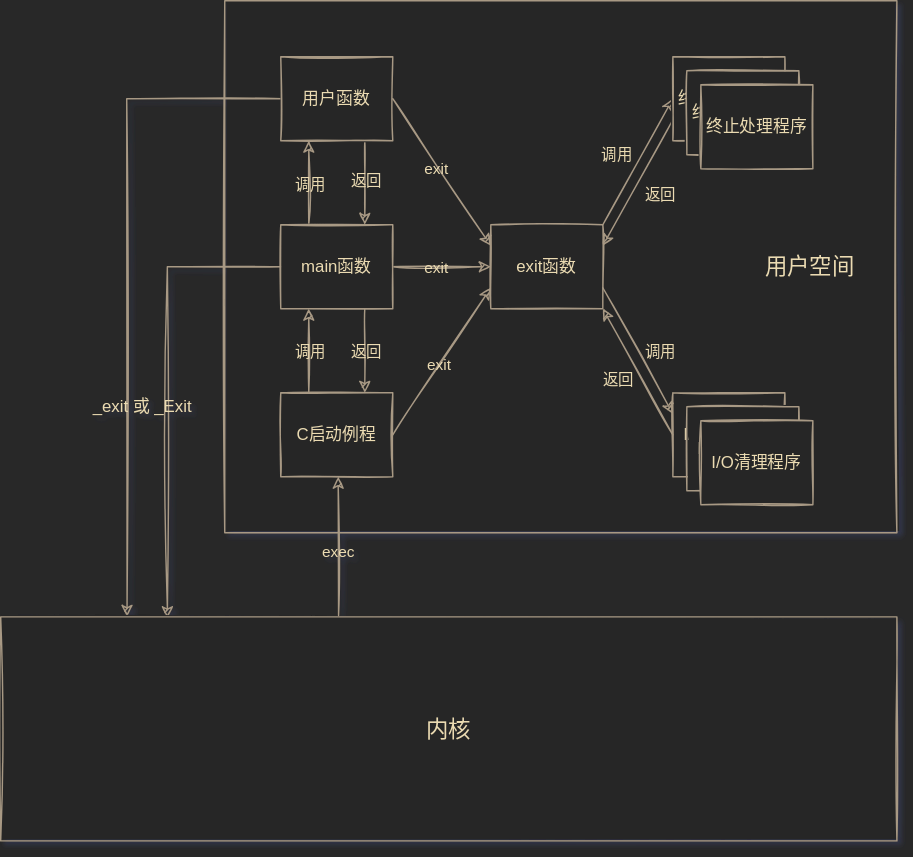
The draw.io diagram running-process-of-morden-c-program.drawio.svg in oliverdding/images, before a commit. Source tidied: cells renumbered, new cells last; positions are measured from the earlier drawing's top-left corner, leaving out a move shared by most shapes.
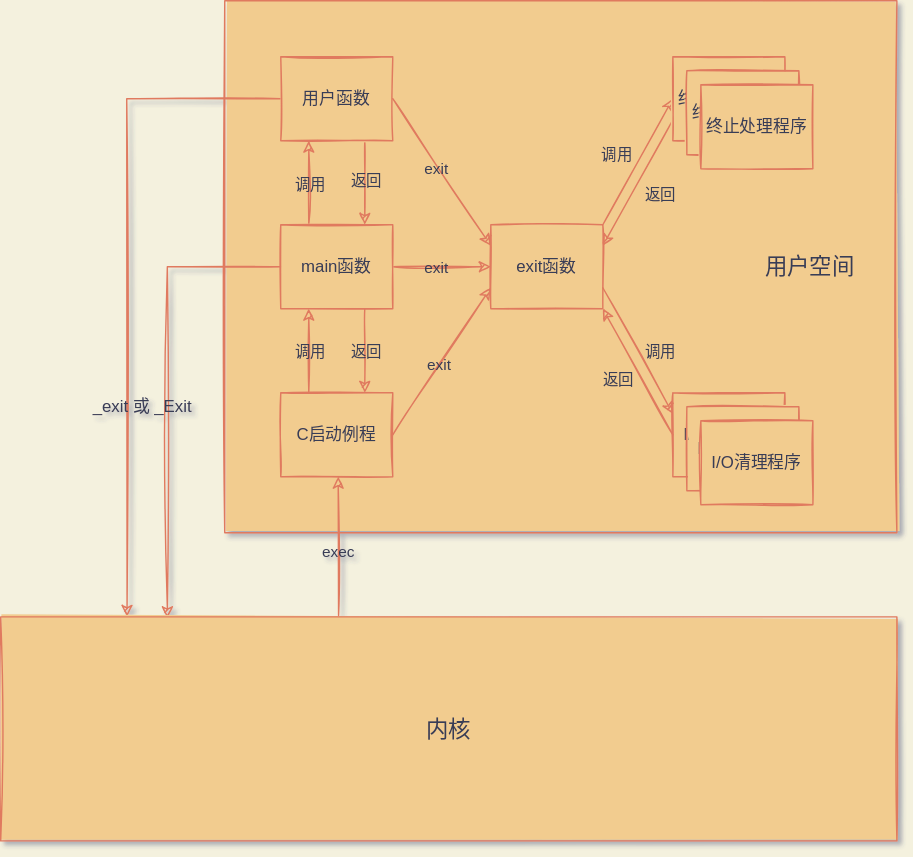
After the commit.

Change to the diagram source:
```diff
@@ -1,155 +1,155 @@
-<mxGraphModel background="#282828" shadow="1">
+<mxGraphModel background="#F4F1DE" shadow="1">
   <root>
     <mxCell id="0" />
     <mxCell id="1" parent="0" />
-    <mxCell id="2" style="rounded=0;whiteSpace=wrap;html=1;sketch=1;fillColor=#282828;fillStyle=solid;strokeColor=#A89984;fontColor=#EBDBB2;" parent="1" vertex="1">
+    <mxCell id="2" style="rounded=0;whiteSpace=wrap;html=1;sketch=1;fillColor=#F2CC8F;fillStyle=solid;strokeColor=#E07A5F;fontColor=#393C56;" parent="1" vertex="1">
       <mxGeometry x="160" width="480" height="380" as="geometry" />
     </mxCell>
-    <mxCell id="3" style="edgeStyle=none;html=1;exitX=0.75;exitY=1;exitDx=0;exitDy=0;entryX=0.75;entryY=0;entryDx=0;entryDy=0;fontColor=#EBDBB2;sketch=1;strokeColor=#A89984;" parent="1" edge="1" source="8" target="17">
+    <mxCell id="3" style="edgeStyle=none;html=1;exitX=0.75;exitY=1;exitDx=0;exitDy=0;entryX=0.75;entryY=0;entryDx=0;entryDy=0;fontColor=#393C56;sketch=1;strokeColor=#E07A5F;labelBackgroundColor=#F4F1DE;" parent="1" edge="1" source="8" target="17">
       <mxGeometry relative="1" as="geometry" />
     </mxCell>
-    <mxCell id="4" value="返回" style="edgeLabel;html=1;align=center;verticalAlign=middle;fontColor=#EBDBB2;sketch=1;labelBackgroundColor=none;" parent="3" vertex="1">
+    <mxCell id="4" value="返回" style="edgeLabel;html=1;align=center;verticalAlign=middle;fontColor=#393C56;sketch=1;labelBackgroundColor=none;" parent="3" vertex="1">
       <mxGeometry x="-0.07" y="1" relative="1" as="geometry">
         <mxPoint x="-1" as="offset" />
       </mxGeometry>
     </mxCell>
-    <mxCell id="5" style="edgeStyle=none;html=1;exitX=1;exitY=0.5;exitDx=0;exitDy=0;entryX=0;entryY=0.25;entryDx=0;entryDy=0;fontColor=#EBDBB2;sketch=1;strokeColor=#A89984;" parent="1" edge="1" source="8" target="26">
+    <mxCell id="5" style="edgeStyle=none;html=1;exitX=1;exitY=0.5;exitDx=0;exitDy=0;entryX=0;entryY=0.25;entryDx=0;entryDy=0;fontColor=#393C56;sketch=1;strokeColor=#E07A5F;labelBackgroundColor=#F4F1DE;" parent="1" edge="1" source="8" target="26">
       <mxGeometry relative="1" as="geometry" />
     </mxCell>
-    <mxCell id="6" value="exit" style="edgeLabel;html=1;align=center;verticalAlign=middle;fontColor=#EBDBB2;sketch=1;labelBackgroundColor=none;" parent="5" vertex="1">
+    <mxCell id="6" value="exit" style="edgeLabel;html=1;align=center;verticalAlign=middle;fontColor=#393C56;sketch=1;labelBackgroundColor=none;" parent="5" vertex="1">
       <mxGeometry x="-0.08" y="1" relative="1" as="geometry">
         <mxPoint x="-3" y="2" as="offset" />
       </mxGeometry>
     </mxCell>
-    <mxCell id="7" style="edgeStyle=none;html=1;exitX=0;exitY=0.5;exitDx=0;exitDy=0;entryX=0.141;entryY=0;entryDx=0;entryDy=0;entryPerimeter=0;rounded=0;fontColor=#EBDBB2;sketch=1;strokeColor=#A89984;" parent="1" edge="1" source="8" target="35">
+    <mxCell id="7" style="edgeStyle=none;html=1;exitX=0;exitY=0.5;exitDx=0;exitDy=0;entryX=0.141;entryY=0;entryDx=0;entryDy=0;entryPerimeter=0;rounded=0;fontColor=#393C56;sketch=1;strokeColor=#E07A5F;labelBackgroundColor=#F4F1DE;" parent="1" edge="1" source="8" target="35">
       <mxGeometry relative="1" as="geometry">
         <Array as="points">
           <mxPoint x="90" y="70" />
         </Array>
       </mxGeometry>
     </mxCell>
-    <mxCell id="8" value="用户函数" style="rounded=0;whiteSpace=wrap;html=1;sketch=1;fillColor=#282828;fillStyle=solid;strokeColor=#A89984;fontColor=#EBDBB2;" parent="1" vertex="1">
+    <mxCell id="8" value="用户函数" style="rounded=0;whiteSpace=wrap;html=1;sketch=1;fillColor=#F2CC8F;fillStyle=solid;strokeColor=#E07A5F;fontColor=#393C56;" parent="1" vertex="1">
       <mxGeometry x="200" y="40" width="80" height="60" as="geometry" />
     </mxCell>
-    <mxCell id="9" style="edgeStyle=none;html=1;exitX=0.75;exitY=1;exitDx=0;exitDy=0;entryX=0.75;entryY=0;entryDx=0;entryDy=0;fontColor=#EBDBB2;sketch=1;strokeColor=#A89984;" parent="1" edge="1" source="17" target="22">
+    <mxCell id="9" style="edgeStyle=none;html=1;exitX=0.75;exitY=1;exitDx=0;exitDy=0;entryX=0.75;entryY=0;entryDx=0;entryDy=0;fontColor=#393C56;sketch=1;strokeColor=#E07A5F;labelBackgroundColor=#F4F1DE;" parent="1" edge="1" source="17" target="22">
       <mxGeometry relative="1" as="geometry" />
     </mxCell>
-    <mxCell id="10" value="返回" style="edgeLabel;html=1;align=center;verticalAlign=middle;fontColor=#EBDBB2;sketch=1;labelBackgroundColor=none;" parent="9" vertex="1">
+    <mxCell id="10" value="返回" style="edgeLabel;html=1;align=center;verticalAlign=middle;fontColor=#393C56;sketch=1;labelBackgroundColor=none;" parent="9" vertex="1">
       <mxGeometry x="0.1" y="1" relative="1" as="geometry">
         <mxPoint x="-1" y="-3" as="offset" />
       </mxGeometry>
     </mxCell>
-    <mxCell id="11" style="edgeStyle=none;html=1;exitX=0.25;exitY=0;exitDx=0;exitDy=0;entryX=0.25;entryY=1;entryDx=0;entryDy=0;fontColor=#EBDBB2;sketch=1;strokeColor=#A89984;" parent="1" edge="1" source="17" target="8">
+    <mxCell id="11" style="edgeStyle=none;html=1;exitX=0.25;exitY=0;exitDx=0;exitDy=0;entryX=0.25;entryY=1;entryDx=0;entryDy=0;fontColor=#393C56;sketch=1;strokeColor=#E07A5F;labelBackgroundColor=#F4F1DE;" parent="1" edge="1" source="17" target="8">
       <mxGeometry relative="1" as="geometry" />
     </mxCell>
-    <mxCell id="12" value="调用" style="edgeLabel;html=1;align=center;verticalAlign=middle;fontColor=#EBDBB2;sketch=1;labelBackgroundColor=none;" parent="11" vertex="1">
+    <mxCell id="12" value="调用" style="edgeLabel;html=1;align=center;verticalAlign=middle;fontColor=#393C56;sketch=1;labelBackgroundColor=none;" parent="11" vertex="1">
       <mxGeometry x="-0.03" y="-1" relative="1" as="geometry">
         <mxPoint x="-1" as="offset" />
       </mxGeometry>
     </mxCell>
-    <mxCell id="13" style="edgeStyle=none;html=1;exitX=1;exitY=0.5;exitDx=0;exitDy=0;entryX=0;entryY=0.5;entryDx=0;entryDy=0;fontColor=#EBDBB2;sketch=1;strokeColor=#A89984;" parent="1" edge="1" source="17" target="26">
+    <mxCell id="13" style="edgeStyle=none;html=1;exitX=1;exitY=0.5;exitDx=0;exitDy=0;entryX=0;entryY=0.5;entryDx=0;entryDy=0;fontColor=#393C56;sketch=1;strokeColor=#E07A5F;labelBackgroundColor=#F4F1DE;" parent="1" edge="1" source="17" target="26">
       <mxGeometry relative="1" as="geometry" />
     </mxCell>
-    <mxCell id="14" value="exit" style="edgeLabel;html=1;align=center;verticalAlign=middle;fontColor=#EBDBB2;sketch=1;labelBackgroundColor=none;" parent="13" vertex="1">
+    <mxCell id="14" value="exit" style="edgeLabel;html=1;align=center;verticalAlign=middle;fontColor=#393C56;sketch=1;labelBackgroundColor=none;" parent="13" vertex="1">
       <mxGeometry x="-0.14" y="-1" relative="1" as="geometry">
         <mxPoint y="-1" as="offset" />
       </mxGeometry>
     </mxCell>
-    <mxCell id="15" style="edgeStyle=none;rounded=0;html=1;exitX=0;exitY=0.5;exitDx=0;exitDy=0;entryX=0.186;entryY=0.006;entryDx=0;entryDy=0;entryPerimeter=0;fontColor=#EBDBB2;sketch=1;strokeColor=#A89984;" parent="1" edge="1" source="17" target="35">
+    <mxCell id="15" style="edgeStyle=none;rounded=0;html=1;exitX=0;exitY=0.5;exitDx=0;exitDy=0;entryX=0.186;entryY=0.006;entryDx=0;entryDy=0;entryPerimeter=0;fontColor=#393C56;sketch=1;strokeColor=#E07A5F;labelBackgroundColor=#F4F1DE;" parent="1" edge="1" source="17" target="35">
       <mxGeometry relative="1" as="geometry">
         <Array as="points">
           <mxPoint x="119" y="190" />
         </Array>
       </mxGeometry>
     </mxCell>
-    <mxCell id="16" value="&lt;span style=&quot;font-size: 12px&quot;&gt;_exit 或 _Exit&lt;/span&gt;" style="edgeLabel;html=1;align=center;verticalAlign=middle;labelBackgroundColor=none;fontColor=#EBDBB2;sketch=1;" parent="15" vertex="1">
+    <mxCell id="16" value="&lt;span style=&quot;font-size: 12px&quot;&gt;_exit 或 _Exit&lt;/span&gt;" style="edgeLabel;html=1;align=center;verticalAlign=middle;labelBackgroundColor=none;fontColor=#393C56;sketch=1;" parent="15" vertex="1">
       <mxGeometry x="0.6" y="4" relative="1" as="geometry">
         <mxPoint x="-23" y="-84" as="offset" />
       </mxGeometry>
     </mxCell>
-    <mxCell id="17" value="main函数" style="rounded=0;whiteSpace=wrap;html=1;sketch=1;fillColor=#282828;fillStyle=solid;strokeColor=#A89984;fontColor=#EBDBB2;" parent="1" vertex="1">
+    <mxCell id="17" value="main函数" style="rounded=0;whiteSpace=wrap;html=1;sketch=1;fillColor=#F2CC8F;fillStyle=solid;strokeColor=#E07A5F;fontColor=#393C56;" parent="1" vertex="1">
       <mxGeometry x="200" y="160" width="80" height="60" as="geometry" />
     </mxCell>
-    <mxCell id="18" style="edgeStyle=none;html=1;exitX=0.25;exitY=0;exitDx=0;exitDy=0;entryX=0.25;entryY=1;entryDx=0;entryDy=0;fontColor=#EBDBB2;sketch=1;strokeColor=#A89984;" parent="1" edge="1" source="22" target="17">
+    <mxCell id="18" style="edgeStyle=none;html=1;exitX=0.25;exitY=0;exitDx=0;exitDy=0;entryX=0.25;entryY=1;entryDx=0;entryDy=0;fontColor=#393C56;sketch=1;strokeColor=#E07A5F;labelBackgroundColor=#F4F1DE;" parent="1" edge="1" source="22" target="17">
       <mxGeometry relative="1" as="geometry" />
     </mxCell>
-    <mxCell id="19" value="调用" style="edgeLabel;html=1;align=center;verticalAlign=middle;fontColor=#EBDBB2;sketch=1;labelBackgroundColor=none;" parent="18" vertex="1">
+    <mxCell id="19" value="调用" style="edgeLabel;html=1;align=center;verticalAlign=middle;fontColor=#393C56;sketch=1;labelBackgroundColor=none;" parent="18" vertex="1">
       <mxGeometry x="-0.13" y="-1" relative="1" as="geometry">
         <mxPoint x="-1" y="-4" as="offset" />
       </mxGeometry>
     </mxCell>
-    <mxCell id="20" style="edgeStyle=none;html=1;exitX=1;exitY=0.5;exitDx=0;exitDy=0;entryX=0;entryY=0.75;entryDx=0;entryDy=0;fontColor=#EBDBB2;sketch=1;strokeColor=#A89984;" parent="1" edge="1" source="22" target="26">
+    <mxCell id="20" style="edgeStyle=none;html=1;exitX=1;exitY=0.5;exitDx=0;exitDy=0;entryX=0;entryY=0.75;entryDx=0;entryDy=0;fontColor=#393C56;sketch=1;strokeColor=#E07A5F;labelBackgroundColor=#F4F1DE;" parent="1" edge="1" source="22" target="26">
       <mxGeometry relative="1" as="geometry" />
     </mxCell>
-    <mxCell id="21" value="exit" style="edgeLabel;html=1;align=center;verticalAlign=middle;fontColor=#EBDBB2;sketch=1;labelBackgroundColor=none;" parent="20" vertex="1">
+    <mxCell id="21" value="exit" style="edgeLabel;html=1;align=center;verticalAlign=middle;fontColor=#393C56;sketch=1;labelBackgroundColor=none;" parent="20" vertex="1">
       <mxGeometry x="-0.06" relative="1" as="geometry">
         <mxPoint y="-1" as="offset" />
       </mxGeometry>
     </mxCell>
-    <mxCell id="22" value="C启动例程" style="rounded=0;whiteSpace=wrap;html=1;sketch=1;fillColor=#282828;fillStyle=solid;strokeColor=#A89984;fontColor=#EBDBB2;" parent="1" vertex="1">
+    <mxCell id="22" value="C启动例程" style="rounded=0;whiteSpace=wrap;html=1;sketch=1;fillColor=#F2CC8F;fillStyle=solid;strokeColor=#E07A5F;fontColor=#393C56;" parent="1" vertex="1">
       <mxGeometry x="200" y="280" width="80" height="60" as="geometry" />
     </mxCell>
-    <mxCell id="23" style="edgeStyle=none;html=1;exitX=1;exitY=0;exitDx=0;exitDy=0;entryX=0;entryY=0.5;entryDx=0;entryDy=0;fontColor=#EBDBB2;sketch=1;strokeColor=#A89984;" parent="1" edge="1" source="26" target="28">
+    <mxCell id="23" style="edgeStyle=none;html=1;exitX=1;exitY=0;exitDx=0;exitDy=0;entryX=0;entryY=0.5;entryDx=0;entryDy=0;fontColor=#393C56;sketch=1;strokeColor=#E07A5F;labelBackgroundColor=#F4F1DE;" parent="1" edge="1" source="26" target="28">
       <mxGeometry relative="1" as="geometry" />
     </mxCell>
-    <mxCell id="24" value="调用" style="edgeLabel;html=1;align=center;verticalAlign=middle;fontColor=#EBDBB2;sketch=1;labelBackgroundColor=none;" parent="23" vertex="1">
+    <mxCell id="24" value="调用" style="edgeLabel;html=1;align=center;verticalAlign=middle;fontColor=#393C56;sketch=1;labelBackgroundColor=none;" parent="23" vertex="1">
       <mxGeometry x="-0.05" y="1" relative="1" as="geometry">
         <mxPoint x="-13" y="-7" as="offset" />
       </mxGeometry>
     </mxCell>
-    <mxCell id="25" style="edgeStyle=none;html=1;exitX=1;exitY=0.75;exitDx=0;exitDy=0;entryX=0;entryY=0.25;entryDx=0;entryDy=0;fontColor=#EBDBB2;sketch=1;strokeColor=#A89984;" parent="1" edge="1" source="26" target="32">
+    <mxCell id="25" style="edgeStyle=none;html=1;exitX=1;exitY=0.75;exitDx=0;exitDy=0;entryX=0;entryY=0.25;entryDx=0;entryDy=0;fontColor=#393C56;sketch=1;strokeColor=#E07A5F;labelBackgroundColor=#F4F1DE;" parent="1" edge="1" source="26" target="32">
       <mxGeometry relative="1" as="geometry" />
     </mxCell>
-    <mxCell id="26" value="exit函数" style="rounded=0;whiteSpace=wrap;html=1;sketch=1;fillColor=#282828;fillStyle=solid;strokeColor=#A89984;fontColor=#EBDBB2;" parent="1" vertex="1">
+    <mxCell id="26" value="exit函数" style="rounded=0;whiteSpace=wrap;html=1;sketch=1;fillColor=#F2CC8F;fillStyle=solid;strokeColor=#E07A5F;fontColor=#393C56;" parent="1" vertex="1">
       <mxGeometry x="350" y="160" width="80" height="60" as="geometry" />
     </mxCell>
-    <mxCell id="27" style="edgeStyle=none;html=1;exitX=0;exitY=0.75;exitDx=0;exitDy=0;entryX=1;entryY=0.25;entryDx=0;entryDy=0;fontColor=#EBDBB2;sketch=1;strokeColor=#A89984;" parent="1" edge="1" source="28" target="26">
+    <mxCell id="27" style="edgeStyle=none;html=1;exitX=0;exitY=0.75;exitDx=0;exitDy=0;entryX=1;entryY=0.25;entryDx=0;entryDy=0;fontColor=#393C56;sketch=1;strokeColor=#E07A5F;labelBackgroundColor=#F4F1DE;" parent="1" edge="1" source="28" target="26">
       <mxGeometry relative="1" as="geometry" />
     </mxCell>
-    <mxCell id="28" value="终止处理程序" style="rounded=0;whiteSpace=wrap;html=1;sketch=1;fillColor=#282828;fillStyle=solid;strokeColor=#A89984;fontColor=#EBDBB2;" parent="1" vertex="1">
+    <mxCell id="28" value="终止处理程序" style="rounded=0;whiteSpace=wrap;html=1;sketch=1;fillColor=#F2CC8F;fillStyle=solid;strokeColor=#E07A5F;fontColor=#393C56;" parent="1" vertex="1">
       <mxGeometry x="480" y="40" width="80" height="60" as="geometry" />
     </mxCell>
-    <mxCell id="29" value="终止处理程序" style="rounded=0;whiteSpace=wrap;html=1;sketch=1;fillColor=#282828;fillStyle=solid;strokeColor=#A89984;fontColor=#EBDBB2;" parent="1" vertex="1">
+    <mxCell id="29" value="终止处理程序" style="rounded=0;whiteSpace=wrap;html=1;sketch=1;fillColor=#F2CC8F;fillStyle=solid;strokeColor=#E07A5F;fontColor=#393C56;" parent="1" vertex="1">
       <mxGeometry x="490" y="50" width="80" height="60" as="geometry" />
     </mxCell>
-    <mxCell id="30" value="终止处理程序" style="rounded=0;whiteSpace=wrap;html=1;sketch=1;fillColor=#282828;fillStyle=solid;strokeColor=#A89984;fontColor=#EBDBB2;" parent="1" vertex="1">
+    <mxCell id="30" value="终止处理程序" style="rounded=0;whiteSpace=wrap;html=1;sketch=1;fillColor=#F2CC8F;fillStyle=solid;strokeColor=#E07A5F;fontColor=#393C56;" parent="1" vertex="1">
       <mxGeometry x="500" y="60" width="80" height="60" as="geometry" />
     </mxCell>
-    <mxCell id="31" style="edgeStyle=none;html=1;exitX=0;exitY=0.5;exitDx=0;exitDy=0;entryX=1;entryY=1;entryDx=0;entryDy=0;fontColor=#EBDBB2;sketch=1;strokeColor=#A89984;" parent="1" edge="1" source="32" target="26">
+    <mxCell id="31" style="edgeStyle=none;html=1;exitX=0;exitY=0.5;exitDx=0;exitDy=0;entryX=1;entryY=1;entryDx=0;entryDy=0;fontColor=#393C56;sketch=1;strokeColor=#E07A5F;labelBackgroundColor=#F4F1DE;" parent="1" edge="1" source="32" target="26">
       <mxGeometry relative="1" as="geometry" />
     </mxCell>
-    <mxCell id="32" value="I/O清理程序" style="rounded=0;whiteSpace=wrap;html=1;sketch=1;fillColor=#282828;fillStyle=solid;strokeColor=#A89984;fontColor=#EBDBB2;" parent="1" vertex="1">
+    <mxCell id="32" value="I/O清理程序" style="rounded=0;whiteSpace=wrap;html=1;sketch=1;fillColor=#F2CC8F;fillStyle=solid;strokeColor=#E07A5F;fontColor=#393C56;" parent="1" vertex="1">
       <mxGeometry x="480" y="280" width="80" height="60" as="geometry" />
     </mxCell>
-    <mxCell id="33" value="I/O清理程序" style="rounded=0;whiteSpace=wrap;html=1;sketch=1;fillColor=#282828;fillStyle=solid;strokeColor=#A89984;fontColor=#EBDBB2;" parent="1" vertex="1">
+    <mxCell id="33" value="I/O清理程序" style="rounded=0;whiteSpace=wrap;html=1;sketch=1;fillColor=#F2CC8F;fillStyle=solid;strokeColor=#E07A5F;fontColor=#393C56;" parent="1" vertex="1">
       <mxGeometry x="490" y="290" width="80" height="60" as="geometry" />
     </mxCell>
-    <mxCell id="34" value="I/O清理程序" style="rounded=0;whiteSpace=wrap;html=1;sketch=1;fillColor=#282828;fillStyle=solid;strokeColor=#A89984;fontColor=#EBDBB2;" parent="1" vertex="1">
+    <mxCell id="34" value="I/O清理程序" style="rounded=0;whiteSpace=wrap;html=1;sketch=1;fillColor=#F2CC8F;fillStyle=solid;strokeColor=#E07A5F;fontColor=#393C56;" parent="1" vertex="1">
       <mxGeometry x="500" y="300" width="80" height="60" as="geometry" />
     </mxCell>
-    <mxCell id="35" value="内核" style="rounded=0;whiteSpace=wrap;html=1;sketch=1;fillColor=#282828;fillStyle=solid;strokeColor=#A89984;fontSize=16;fontColor=#EBDBB2;" parent="1" vertex="1">
+    <mxCell id="35" value="内核" style="rounded=0;whiteSpace=wrap;html=1;sketch=1;fillColor=#F2CC8F;fillStyle=solid;strokeColor=#E07A5F;fontSize=16;fontColor=#393C56;" parent="1" vertex="1">
       <mxGeometry y="440" width="640" height="160" as="geometry" />
     </mxCell>
-    <mxCell id="36" style="endArrow=classic;html=1;exitX=0.377;exitY=-0.006;exitDx=0;exitDy=0;exitPerimeter=0;fontColor=#EBDBB2;sketch=1;strokeColor=#A89984;" parent="1" edge="1" source="35">
+    <mxCell id="36" style="endArrow=classic;html=1;exitX=0.377;exitY=-0.006;exitDx=0;exitDy=0;exitPerimeter=0;fontColor=#393C56;sketch=1;strokeColor=#E07A5F;labelBackgroundColor=#F4F1DE;" parent="1" edge="1" source="35">
       <mxGeometry relative="1" as="geometry">
         <mxPoint x="241" y="340" as="targetPoint" />
       </mxGeometry>
     </mxCell>
-    <mxCell id="37" value="exec" style="edgeLabel;html=1;align=center;verticalAlign=middle;fontColor=#EBDBB2;sketch=1;labelBackgroundColor=none;" parent="36" vertex="1">
+    <mxCell id="37" value="exec" style="edgeLabel;html=1;align=center;verticalAlign=middle;fontColor=#393C56;sketch=1;labelBackgroundColor=none;" parent="36" vertex="1">
       <mxGeometry x="-0.07" y="-4" relative="1" as="geometry">
         <mxPoint x="-5" as="offset" />
       </mxGeometry>
     </mxCell>
-    <mxCell id="38" value="调用" style="edgeLabel;html=1;align=center;verticalAlign=middle;fontColor=#EBDBB2;sketch=1;labelBackgroundColor=none;" parent="1" vertex="1">
+    <mxCell id="38" value="调用" style="edgeLabel;html=1;align=center;verticalAlign=middle;fontColor=#393C56;sketch=1;labelBackgroundColor=none;" parent="1" vertex="1">
       <mxGeometry x="470" y="250" as="geometry" />
     </mxCell>
-    <mxCell id="39" value="返回" style="edgeLabel;html=1;align=center;verticalAlign=middle;fontColor=#EBDBB2;sketch=1;labelBackgroundColor=none;" parent="1" vertex="1">
+    <mxCell id="39" value="返回" style="edgeLabel;html=1;align=center;verticalAlign=middle;fontColor=#393C56;sketch=1;labelBackgroundColor=none;" parent="1" vertex="1">
       <mxGeometry x="470" y="138" as="geometry" />
     </mxCell>
-    <mxCell id="40" value="返回" style="edgeLabel;html=1;align=center;verticalAlign=middle;fontColor=#EBDBB2;sketch=1;labelBackgroundColor=none;" parent="1" vertex="1">
+    <mxCell id="40" value="返回" style="edgeLabel;html=1;align=center;verticalAlign=middle;fontColor=#393C56;sketch=1;labelBackgroundColor=none;" parent="1" vertex="1">
       <mxGeometry x="440" y="270" as="geometry" />
     </mxCell>
-    <mxCell id="41" value="用户空间" style="text;html=1;strokeColor=none;fillColor=none;align=center;verticalAlign=middle;whiteSpace=wrap;rounded=0;sketch=1;fontSize=16;fontColor=#EBDBB2;" parent="1" vertex="1">
+    <mxCell id="41" value="用户空间" style="text;html=1;strokeColor=none;fillColor=none;align=center;verticalAlign=middle;whiteSpace=wrap;rounded=0;sketch=1;fontSize=16;fontColor=#393C56;" parent="1" vertex="1">
       <mxGeometry x="540" y="180" width="76" height="20" as="geometry" />
     </mxCell>
   </root>
```
